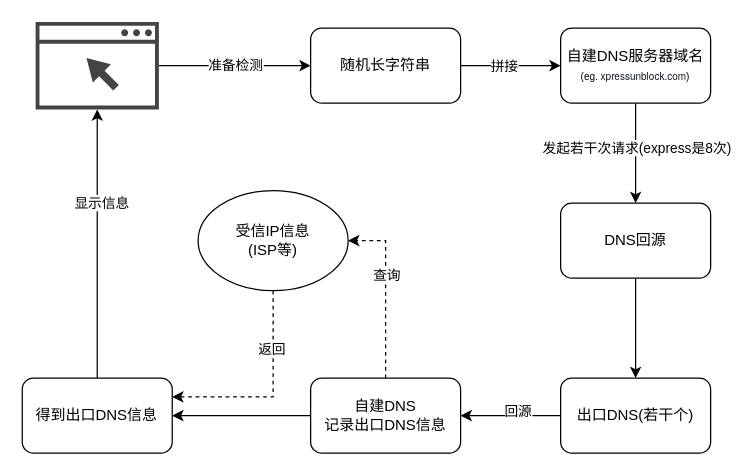
lokewei/draw.io keeps this draw.io diagram as DNS Leak Test.drawio. Above is the earlier version. Source tidied: cells renumbered, new cells numbered last; positions are measured from the earlier drawing's top-left corner, leaving out a move shared by most shapes. Both pictures are drawn from the tidied source at 125%, with x=0, y=0 at pixel (21, 21).
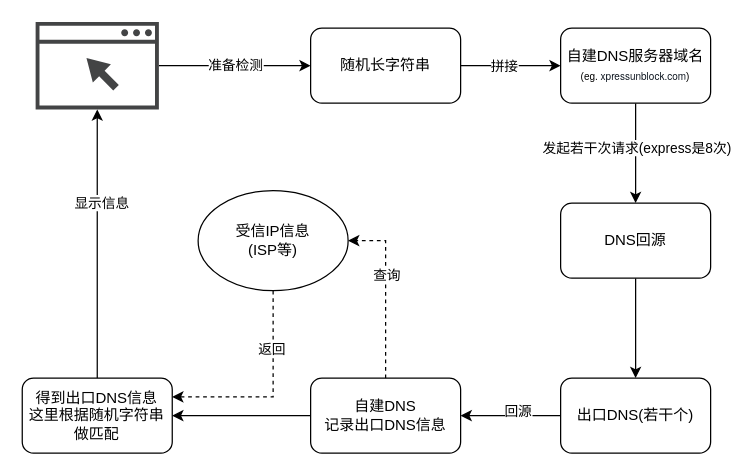
The same page after the edit.

Diff of the diagram source:
```diff
@@
-    <mxCell id="24" value="得到出口DNS信息" style="whiteSpace=wrap;html=1;rounded=1;" parent="1" vertex="1">
+    <mxCell id="24" value="得到出口DNS信息&lt;br&gt;这里根据随机字符串做匹配" style="whiteSpace=wrap;html=1;rounded=1;" parent="1" vertex="1">
       <mxGeometry x="0.3" y="285" width="120" height="60" as="geometry" />
     </mxCell>
```
